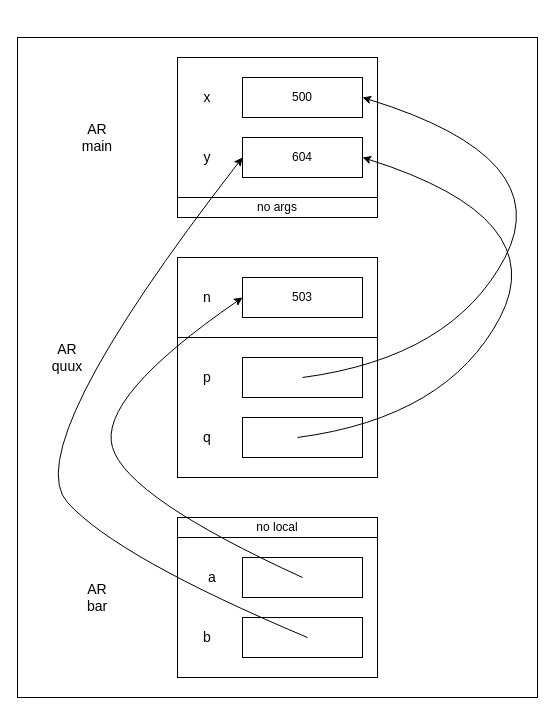
Earlier version of the draw.io diagram lab1exe_D2_diagram.drawio (meng-ucalgary/ensf-614-assignment-1). Source tidied: cells renumbered, new cells numbered last; positions are measured from the earlier drawing's top-left corner, leaving out a move shared by most shapes. Both pictures are drawn from the tidied source at 100%, with x=0, y=0 at pixel (17, 37).
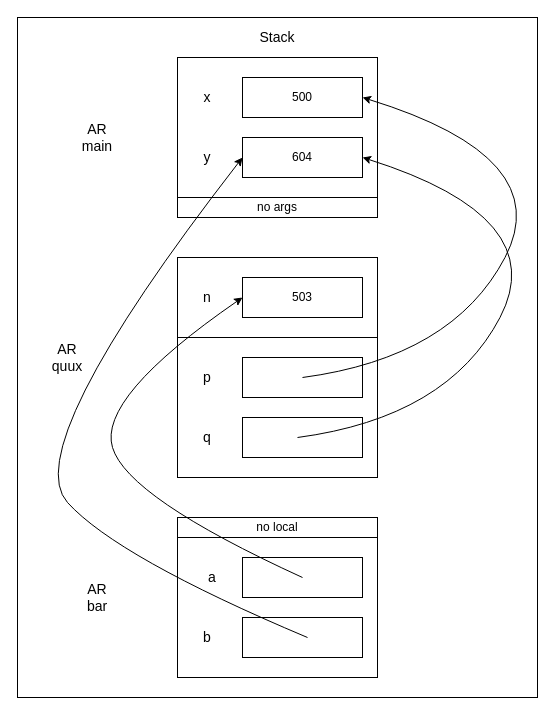
Above is the later version.

Commit message (it also covers changes not shown here):
Small update in Activation Record diagram

Diff of the diagram source:
```diff
@@
     <mxCell id="2" style="rounded=0;whiteSpace=wrap;html=1;" parent="1" vertex="1">
-      <mxGeometry width="520" height="660" as="geometry" />
+      <mxGeometry y="-20" width="520" height="680" as="geometry" />
     </mxCell>
@@
+    <mxCell id="32" value="Stack" style="text;html=1;strokeColor=none;fillColor=none;align=center;verticalAlign=middle;whiteSpace=wrap;rounded=0;fontSize=14;" parent="1" vertex="1">
+      <mxGeometry x="220" y="-20" width="80" height="40" as="geometry" />
+    </mxCell>
```
